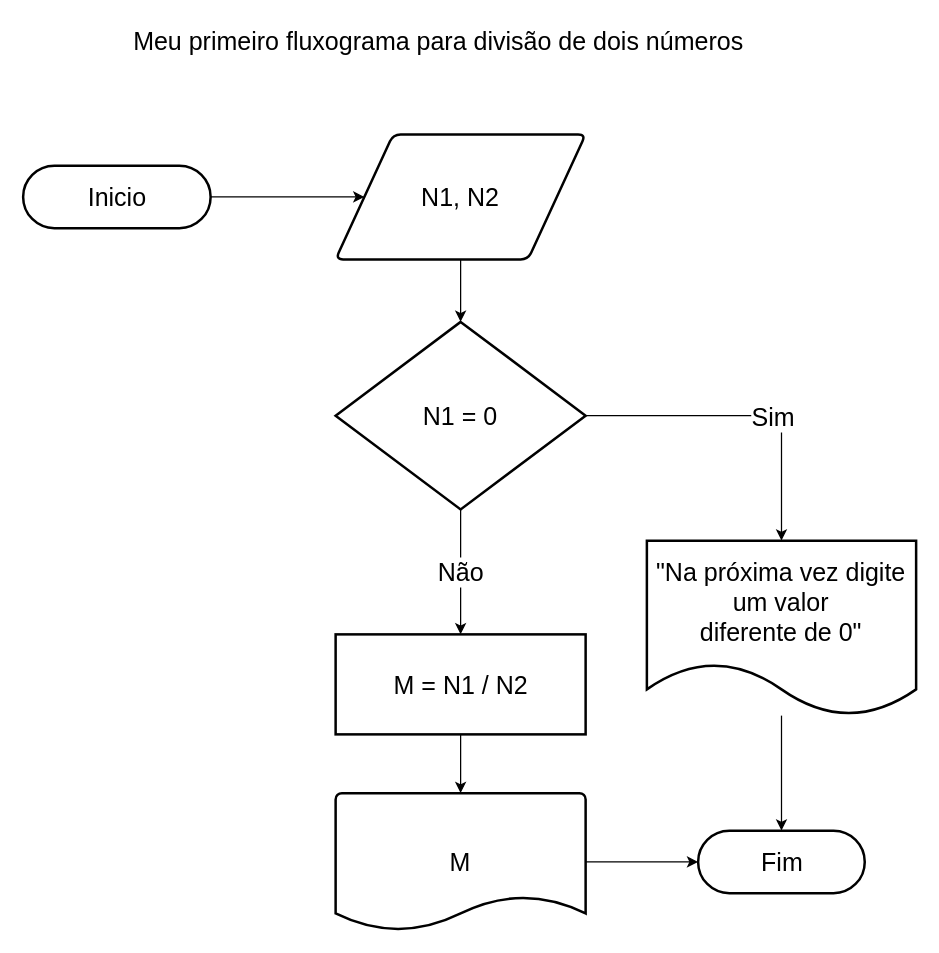
Above: page "Page-2" (2 of 3) of ExercicioAlgoritmo01.drawio in tharlysdias/ProgramacaoSolucoesComputacionais (draw.io), before the change. Source tidied: cells renumbered, new cells numbered last; positions are measured from the earlier drawing's top-left corner, leaving out a move shared by most shapes. Both pictures are drawn from the tidied source at 125%, with x=0, y=0 at pixel (22, 21).
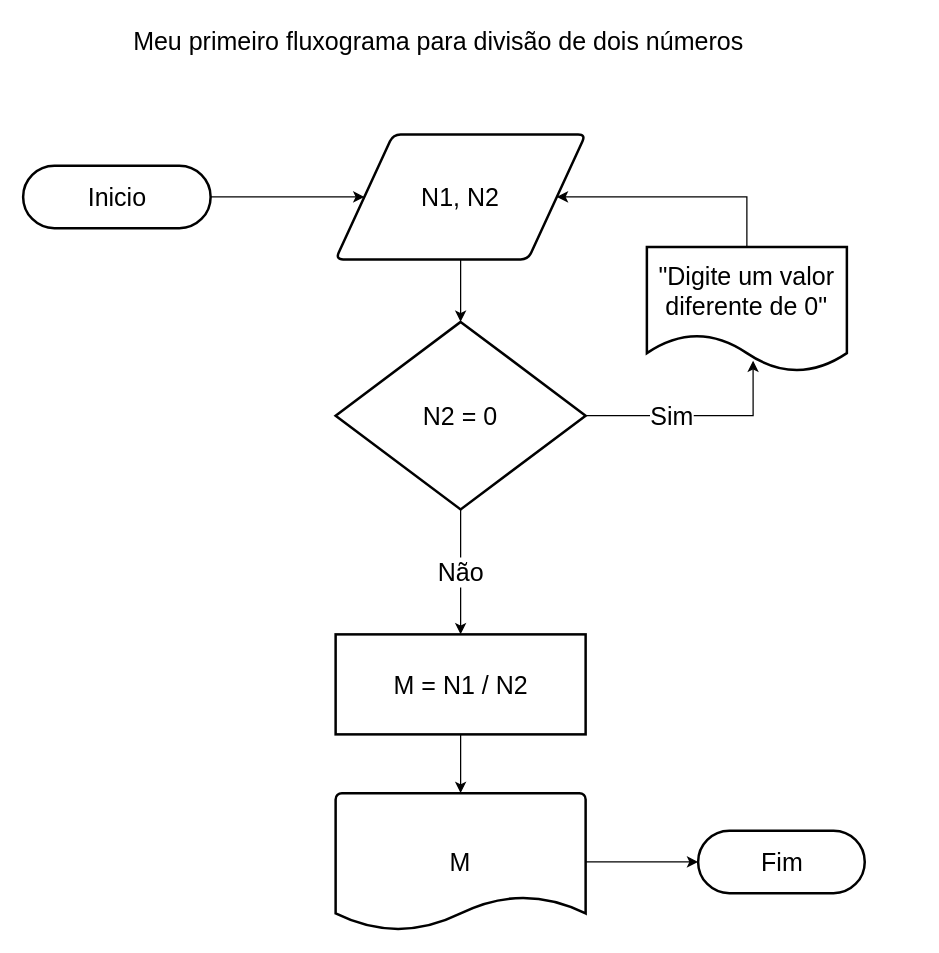
After the change.

What changed in the source:
```diff
@@
 <mxGraphModel>
   <root>
     <mxCell id="0" />
     <mxCell id="1" parent="0" />
     <mxCell id="2" value="Inicio" style="html=1;dashed=0;whitespace=wrap;shape=mxgraph.dfd.start;fontSize=20;strokeWidth=2;" parent="1" vertex="1">
       <mxGeometry y="115" width="150" height="50" as="geometry" />
     </mxCell>
     <mxCell id="3" style="edgeStyle=orthogonalEdgeStyle;rounded=0;jettySize=auto;html=1;fontSize=20;" parent="1" edge="1" source="4" target="13">
       <mxGeometry relative="1" as="geometry" />
     </mxCell>
     <mxCell id="4" value="N1, N2" style="shape=parallelogram;html=1;strokeWidth=2;perimeter=parallelogramPerimeter;whiteSpace=wrap;rounded=1;arcSize=12;size=0.23;fontSize=20;" parent="1" vertex="1">
       <mxGeometry x="250" y="90" width="200" height="100" as="geometry" />
     </mxCell>
     <mxCell id="5" style="endArrow=classic;html=1;fontSize=20;exitX=1;exitY=0.5;exitDx=0;exitDy=0;exitPerimeter=0;" parent="1" edge="1" source="2" target="4">
       <mxGeometry relative="1" as="geometry" />
     </mxCell>
     <mxCell id="6" value="M = N1 / N2" style="html=1;dashed=0;whitespace=wrap;strokeWidth=2;fontSize=20;" parent="1" vertex="1">
       <mxGeometry x="250" y="490" width="200" height="80" as="geometry" />
     </mxCell>
     <mxCell id="7" value="M" style="strokeWidth=2;html=1;shape=mxgraph.flowchart.document2;whiteSpace=wrap;size=0.25;fontSize=20;" parent="1" vertex="1">
       <mxGeometry x="250" y="617" width="200" height="110" as="geometry" />
     </mxCell>
     <mxCell id="8" style="endArrow=classic;html=1;fontSize=20;exitX=0.5;exitY=1;exitDx=0;exitDy=0;entryX=0.5;entryY=0;entryDx=0;entryDy=0;entryPerimeter=0;" parent="1" edge="1" source="6" target="7">
       <mxGeometry relative="1" as="geometry" />
     </mxCell>
     <mxCell id="9" value="Fim" style="html=1;dashed=0;whitespace=wrap;shape=mxgraph.dfd.start;strokeWidth=2;fontSize=20;" parent="1" vertex="1">
       <mxGeometry x="540" y="647" width="133.3" height="50" as="geometry" />
     </mxCell>
     <mxCell id="10" style="endArrow=classic;html=1;fontSize=20;exitX=1;exitY=0.5;exitDx=0;exitDy=0;exitPerimeter=0;entryX=0;entryY=0.5;entryDx=0;entryDy=0;entryPerimeter=0;" parent="1" edge="1" source="7" target="9">
       <mxGeometry relative="1" as="geometry" />
     </mxCell>
     <mxCell id="11" value="Meu primeiro fluxograma para divisão de dois números" style="text;html=1;align=center;verticalAlign=middle;fontSize=20;" parent="1" vertex="1">
       <mxGeometry x="82" width="500" height="30" as="geometry" />
     </mxCell>
     <mxCell id="12" value="Não" style="edgeStyle=orthogonalEdgeStyle;rounded=0;jettySize=auto;html=1;fontSize=20;" parent="1" edge="1" source="13" target="6">
       <mxGeometry relative="1" as="geometry" />
     </mxCell>
+    <mxCell id="17" value="Sim" style="edgeStyle=orthogonalEdgeStyle;rounded=0;jettySize=auto;html=1;entryX=0.469;entryY=0.91;entryDx=0;entryDy=0;entryPerimeter=0;fontSize=20;" parent="1" edge="1" source="13" target="15">
+      <mxGeometry x="-0.22" relative="1" as="geometry">
+        <Array as="points">
+          <mxPoint x="584" y="315" />
+        </Array>
+      </mxGeometry>
+    </mxCell>
-    <mxCell id="13" value="N1 = 0" style="strokeWidth=2;html=1;shape=mxgraph.flowchart.decision;whiteSpace=wrap;fontSize=20;" parent="1" vertex="1">
+    <mxCell id="13" value="N2 = 0" style="strokeWidth=2;html=1;shape=mxgraph.flowchart.decision;whiteSpace=wrap;fontSize=20;" parent="1" vertex="1">
       <mxGeometry x="250" y="240" width="200" height="150" as="geometry" />
     </mxCell>
-    <mxCell id="14" style="edgeStyle=orthogonalEdgeStyle;rounded=0;jettySize=auto;html=1;fontSize=20;" parent="1" edge="1" source="15" target="9">
-      <mxGeometry relative="1" as="geometry" />
-    </mxCell>
+    <mxCell id="18" style="edgeStyle=orthogonalEdgeStyle;rounded=0;jettySize=auto;html=1;fontSize=20;exitX=0.5;exitY=0;exitDx=0;exitDy=0;" parent="1" edge="1" source="15" target="4">
+      <mxGeometry relative="1" as="geometry" />
+    </mxCell>
-    <mxCell id="15" value="&lt;span style=&quot;background-color: rgb(255 , 255 , 255)&quot;&gt;&quot;Na próxima vez digite&lt;/span&gt;&lt;br&gt;&lt;span style=&quot;background-color: rgb(255 , 255 , 255)&quot;&gt;um valor&lt;/span&gt;&lt;br&gt;&lt;span style=&quot;background-color: rgb(255 , 255 , 255)&quot;&gt;diferente de 0&quot;&lt;/span&gt;" style="shape=document;whiteSpace=wrap;html=1;boundedLbl=1;dashed=0;flipH=1;strokeWidth=2;fontSize=20;" parent="1" vertex="1">
-      <mxGeometry x="499" y="415" width="215.4" height="140" as="geometry" />
+    <mxCell id="15" value="&lt;span style=&quot;background-color: rgb(255 , 255 , 255)&quot;&gt;&quot;Digite&amp;nbsp;&lt;/span&gt;&lt;span style=&quot;background-color: rgb(255 , 255 , 255)&quot;&gt;um valor&lt;/span&gt;&lt;br&gt;&lt;span style=&quot;background-color: rgb(255 , 255 , 255)&quot;&gt;diferente de 0&quot;&lt;/span&gt;" style="shape=document;whiteSpace=wrap;html=1;boundedLbl=1;dashed=0;flipH=1;strokeWidth=2;fontSize=20;" parent="1" vertex="1">
+      <mxGeometry x="499" y="180" width="160" height="100" as="geometry" />
     </mxCell>
-    <mxCell id="16" style="edgeStyle=orthogonalEdgeStyle;rounded=0;jettySize=auto;html=1;entryX=0.5;entryY=0;entryDx=0;entryDy=0;fontSize=20;exitX=1;exitY=0.5;exitDx=0;exitDy=0;exitPerimeter=0;" parent="1" edge="1" source="13" target="15">
-      <mxGeometry relative="1" as="geometry" />
-    </mxCell>
-    <mxCell id="17" value="Sim" style="edgeLabel;html=1;align=center;verticalAlign=middle;fontSize=20;" parent="16" vertex="1">
-      <mxGeometry x="-0.59" y="3" relative="1" as="geometry">
-        <mxPoint x="96.1" y="3" as="offset" />
-      </mxGeometry>
-    </mxCell>
   </root>
 </mxGraphModel>
```
